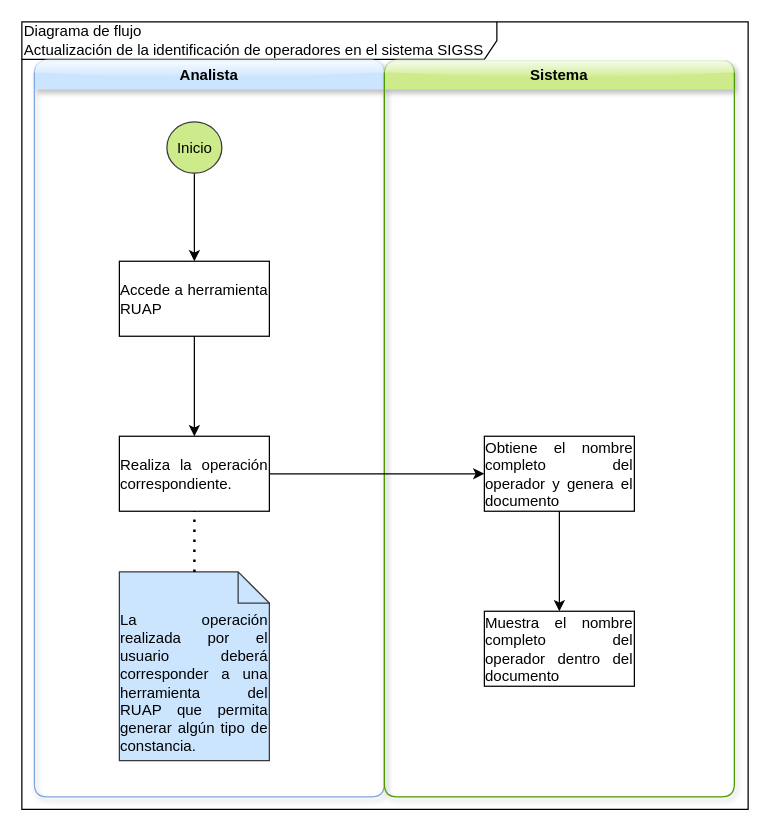
Earlier version of the draw.io diagram operadores.drawio (allanasturias94-design/POO). Source tidied: cells renumbered, new cells numbered last; positions are measured from the earlier drawing's top-left corner, leaving out a move shared by most shapes. Both pictures are drawn from the tidied source at 125%, with x=0, y=0 at pixel (21, 21).
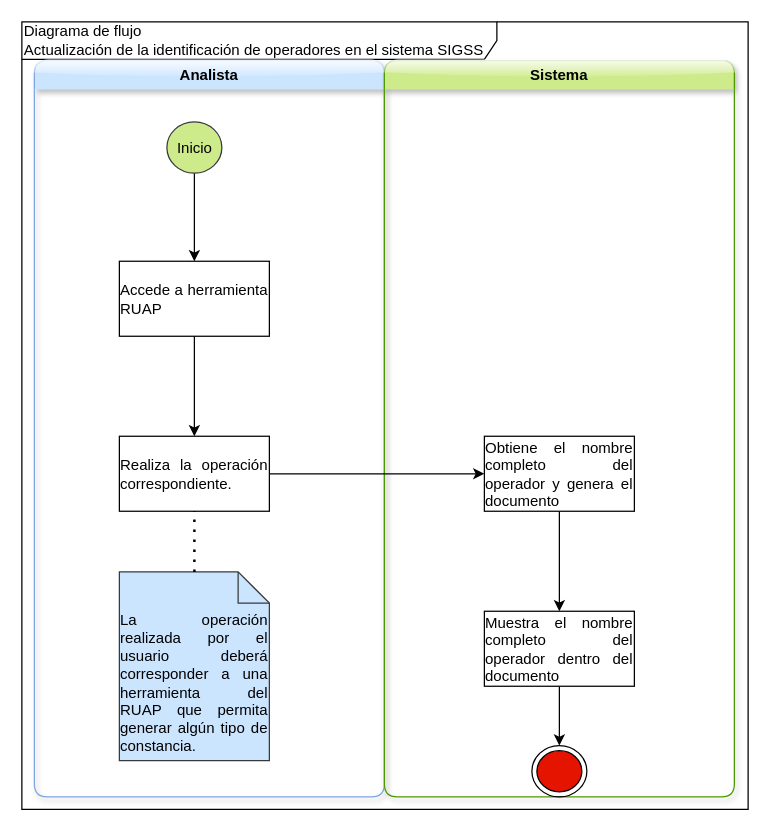
After the change.

Diff of the diagram source:
```diff
@@
 <mxGraphModel>
   <root>
     <mxCell id="0" />
     <mxCell id="1" parent="0" />
     <mxCell id="2" value="Diagrama de flujo&lt;div&gt;Actualización de la identificación de operadores en el sistema SIGSS&lt;/div&gt;" style="shape=umlFrame;whiteSpace=wrap;html=1;width=380;height=30;align=left;" parent="1" vertex="1">
       <mxGeometry width="581" height="630" as="geometry" />
     </mxCell>
     <mxCell id="3" value="Analista" style="swimlane;whiteSpace=wrap;html=1;fillColor=#cce5ff;strokeColor=#7EA6E0;rounded=1;shadow=1;glass=1;swimlaneLine=0;" parent="2" vertex="1">
       <mxGeometry x="10" y="31" width="280" height="589" as="geometry" />
     </mxCell>
     <mxCell id="4" style="edgeStyle=orthogonalEdgeStyle;rounded=0;jettySize=auto;html=1;defaultLabelBackgroundColor=page;" parent="3" edge="1" source="5" target="7">
       <mxGeometry relative="1" as="geometry" />
     </mxCell>
     <mxCell id="5" value="Inicio" style="ellipse;fillColor=#cdeb8b;html=1;strokeColor=#36393d;" parent="3" vertex="1">
       <mxGeometry x="106" y="49" width="44" height="41" as="geometry" />
     </mxCell>
     <mxCell id="6" style="edgeStyle=orthogonalEdgeStyle;rounded=0;jettySize=auto;html=1;defaultLabelBackgroundColor=page;" parent="3" edge="1" source="7" target="8">
       <mxGeometry relative="1" as="geometry" />
     </mxCell>
     <mxCell id="7" value="&lt;div style=&quot;text-align: justify;&quot;&gt;&lt;span style=&quot;background-color: transparent; color: light-dark(#000000, var(--ge-light-color, #ffffff));&quot;&gt;Accede a herramienta RUAP&lt;/span&gt;&lt;/div&gt;" style="whiteSpace=wrap;html=1;" parent="3" vertex="1">
       <mxGeometry x="68" y="160.5" width="120" height="60" as="geometry" />
     </mxCell>
     <mxCell id="8" value="&lt;div style=&quot;text-align: justify;&quot;&gt;&lt;span style=&quot;background-color: transparent; color: light-dark(#000000, var(--ge-light-color, #ffffff));&quot;&gt;Realiza la operación correspondiente.&lt;/span&gt;&lt;/div&gt;" style="whiteSpace=wrap;html=1;" parent="3" vertex="1">
       <mxGeometry x="68" y="300.5" width="120" height="60" as="geometry" />
     </mxCell>
     <mxCell id="9" value="&lt;div style=&quot;text-align: justify;&quot;&gt;La operación realizada por el usuario deberá corresponder a una herramienta del RUAP que permita generar algún tipo de constancia.&lt;/div&gt;" style="shape=note2;boundedLbl=1;whiteSpace=wrap;html=1;size=25;verticalAlign=top;align=center;fillColor=#cce5ff;strokeColor=#36393d;" parent="3" vertex="1">
       <mxGeometry x="68" y="409" width="120" height="151" as="geometry" />
     </mxCell>
     <mxCell id="10" style="endArrow=none;dashed=1;html=1;dashPattern=1 3;strokeWidth=2;rounded=0;defaultLabelBackgroundColor=page;entryX=0.5;entryY=1;entryDx=0;entryDy=0;exitX=0.5;exitY=0;exitDx=0;exitDy=0;exitPerimeter=0;" parent="3" edge="1" source="9" target="8">
       <mxGeometry relative="1" as="geometry" />
     </mxCell>
     <mxCell id="11" value="Sistema" style="swimlane;whiteSpace=wrap;html=1;fillColor=#cdeb8b;strokeColor=#4D9900;rounded=1;shadow=1;glass=1;swimlaneLine=0;" parent="2" vertex="1">
       <mxGeometry x="290" y="31" width="280" height="589" as="geometry" />
     </mxCell>
     <mxCell id="12" style="edgeStyle=orthogonalEdgeStyle;rounded=0;jettySize=auto;html=1;defaultLabelBackgroundColor=page;" parent="11" edge="1" source="13" target="14">
       <mxGeometry relative="1" as="geometry" />
     </mxCell>
     <mxCell id="13" value="&lt;div style=&quot;text-align: justify;&quot;&gt;&lt;span style=&quot;background-color: transparent; color: light-dark(#000000, var(--ge-light-color, #ffffff));&quot;&gt;Obtiene el nombre completo del operador y genera el documento&lt;/span&gt;&lt;/div&gt;" style="whiteSpace=wrap;html=1;" parent="11" vertex="1">
       <mxGeometry x="80" y="300.5" width="120" height="60" as="geometry" />
     </mxCell>
+    <mxCell id="16" style="edgeStyle=orthogonalEdgeStyle;rounded=0;jettySize=auto;html=1;defaultLabelBackgroundColor=page;" parent="11" edge="1" source="14" target="17">
+      <mxGeometry relative="1" as="geometry" />
+    </mxCell>
     <mxCell id="14" value="&lt;div style=&quot;text-align: justify;&quot;&gt;&lt;span style=&quot;background-color: transparent; color: light-dark(#000000, var(--ge-light-color, #ffffff));&quot;&gt;Muestra el nombre completo del operador dentro del documento&lt;/span&gt;&lt;/div&gt;" style="whiteSpace=wrap;html=1;" parent="11" vertex="1">
       <mxGeometry x="80" y="440.5" width="120" height="60" as="geometry" />
     </mxCell>
+    <mxCell id="17" style="ellipse;html=1;shape=endState;fillColor=#e51400;fontColor=#ffffff;strokeColor=#000000;" parent="11" vertex="1">
+      <mxGeometry x="118" y="548" width="44" height="41" as="geometry" />
+    </mxCell>
     <mxCell id="15" style="edgeStyle=orthogonalEdgeStyle;rounded=0;jettySize=auto;html=1;exitX=1;exitY=0.5;exitDx=0;exitDy=0;entryX=0;entryY=0.5;entryDx=0;entryDy=0;defaultLabelBackgroundColor=page;" parent="2" edge="1" source="8" target="13">
       <mxGeometry relative="1" as="geometry" />
     </mxCell>
   </root>
 </mxGraphModel>
```
